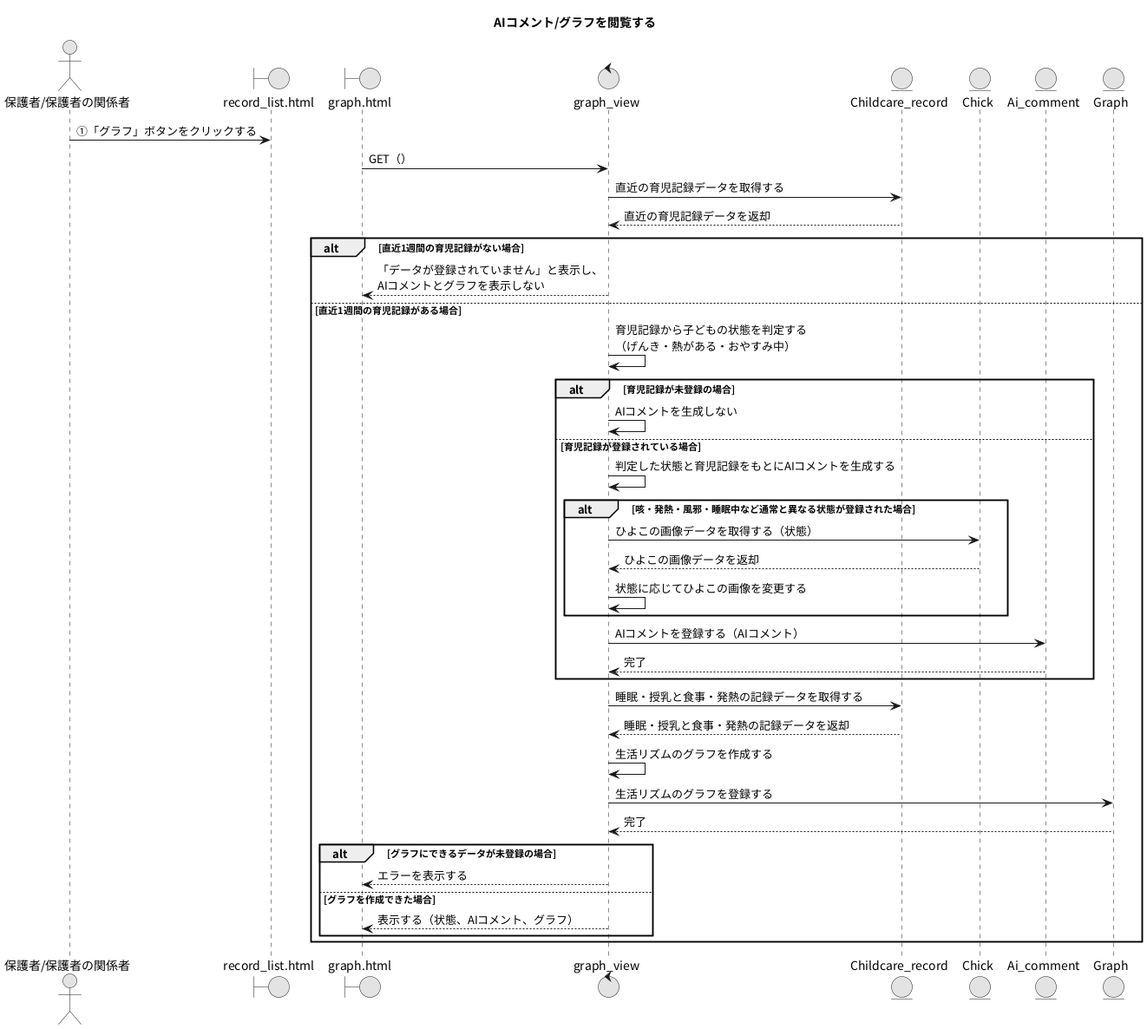
This is PNG/07_AIコメント・グラフを閲覧する.png from Ma2naga190330/26_sotugyou_puml, a PlantUML export, as it was before one commit. Source of this version:
```plantuml
@startuml
title AIコメント/グラフを閲覧する
skinparam defaultFontName "Noto Sans CJK JP"
skinparam monochrome true

actor "保護者/保護者の関係者" as A
boundary "record_list.html" as RLP
boundary "graph.html" as GP
control "graph_view" as GV
entity "Childcare_record" as CRM
entity "Chick" as CHM
entity "Ai_comment" as ACM
entity "Graph" as GM

A -> RLP : ①「グラフ」ボタンをクリックする
GP -> GV : GET（）
GV -> CRM : 直近の育児記録データを取得する
GV <-- CRM : 直近の育児記録データを返却

alt 直近1週間の育児記録がない場合
  GV --> GP : 「データが登録されていません」と表示し、\nAIコメントとグラフを表示しない
else 直近1週間の育児記録がある場合
  GV -> GV : 育児記録から子どもの状態を判定する\n（げんき・熱がある・おやすみ中）
  alt 育児記録が未登録の場合
    GV -> GV : AIコメントを生成しない
  else 育児記録が登録されている場合
    GV -> GV : 判定した状態と育児記録をもとにAIコメントを生成する
    alt 咳・発熱・風邪・睡眠中など通常と異なる状態が登録された場合
      GV -> CHM : ひよこの画像データを取得する（状態）
      GV <-- CHM : ひよこの画像データを返却
      GV -> GV : 状態に応じてひよこの画像を変更する
    end
    GV -> ACM : AIコメントを登録する（AIコメント）
    GV <-- ACM : 完了
  end
  GV -> CRM : 睡眠・授乳と食事・発熱の記録データを取得する
  GV <-- CRM : 睡眠・授乳と食事・発熱の記録データを返却
  GV -> GV : 生活リズムのグラフを作成する
  GV -> GM : 生活リズムのグラフを登録する
  GV <-- GM : 完了
  alt グラフにできるデータが未登録の場合
    GV --> GP : エラーを表示する
  else グラフを作成できた場合
    GV --> GP : 表示する（状態、AIコメント、グラフ）
  end
end
@enduml
```
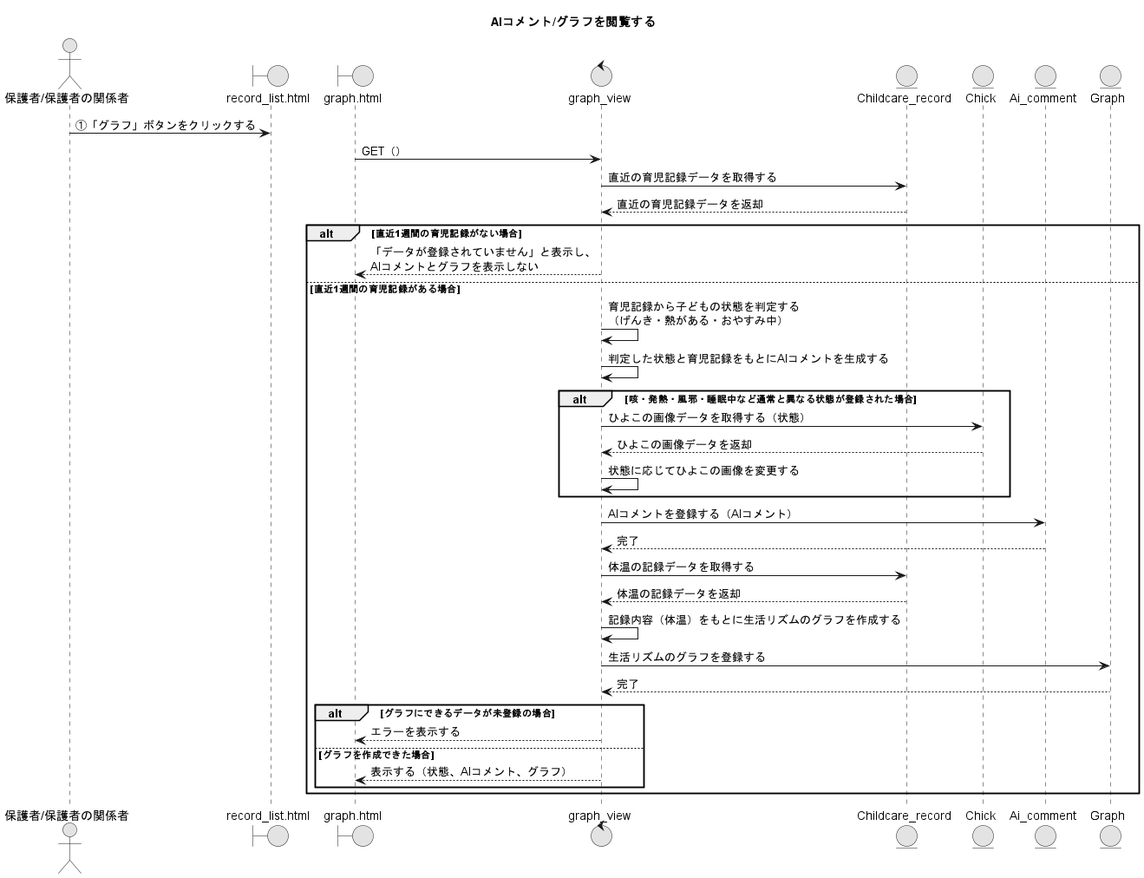
Above is the later version.

What changed in the source:
```diff
@@ -21,21 +21,17 @@
   GV --> GP : 「データが登録されていません」と表示し、\nAIコメントとグラフを表示しない
 else 直近1週間の育児記録がある場合
   GV -> GV : 育児記録から子どもの状態を判定する\n（げんき・熱がある・おやすみ中）
-  alt 育児記録が未登録の場合
-    GV -> GV : AIコメントを生成しない
-  else 育児記録が登録されている場合
-    GV -> GV : 判定した状態と育児記録をもとにAIコメントを生成する
-    alt 咳・発熱・風邪・睡眠中など通常と異なる状態が登録された場合
-      GV -> CHM : ひよこの画像データを取得する（状態）
-      GV <-- CHM : ひよこの画像データを返却
-      GV -> GV : 状態に応じてひよこの画像を変更する
-    end
-    GV -> ACM : AIコメントを登録する（AIコメント）
-    GV <-- ACM : 完了
+  GV -> GV : 判定した状態と育児記録をもとにAIコメントを生成する
+  alt 咳・発熱・風邪・睡眠中など通常と異なる状態が登録された場合
+    GV -> CHM : ひよこの画像データを取得する（状態）
+    GV <-- CHM : ひよこの画像データを返却
+    GV -> GV : 状態に応じてひよこの画像を変更する
   end
-  GV -> CRM : 睡眠・授乳と食事・発熱の記録データを取得する
-  GV <-- CRM : 睡眠・授乳と食事・発熱の記録データを返却
-  GV -> GV : 生活リズムのグラフを作成する
+  GV -> ACM : AIコメントを登録する（AIコメント）
+  GV <-- ACM : 完了
+  GV -> CRM : 体温の記録データを取得する
+  GV <-- CRM : 体温の記録データを返却
+  GV -> GV : 記録内容（体温）をもとに生活リズムのグラフを作成する
   GV -> GM : 生活リズムのグラフを登録する
   GV <-- GM : 完了
   alt グラフにできるデータが未登録の場合
```
